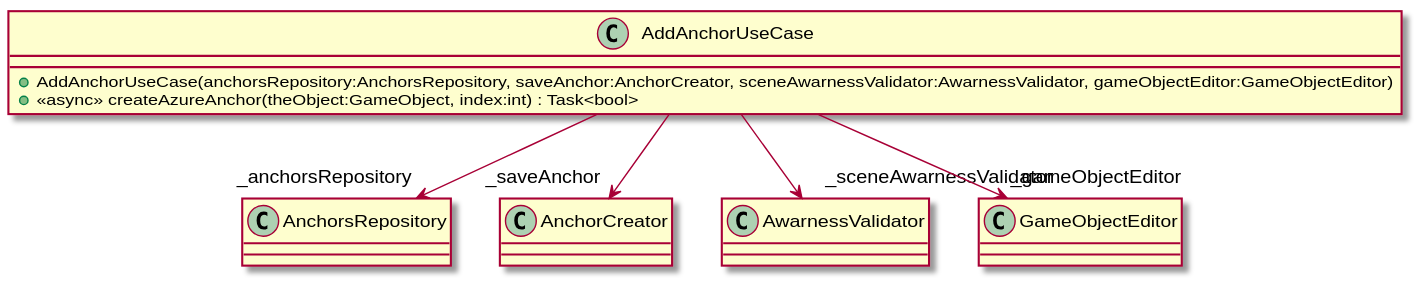
Earlier version of the PlantUML export UML/Assets/Scripts/AddAnchorUseCase.svg (DeNatur/ProductionFloorVisualization).
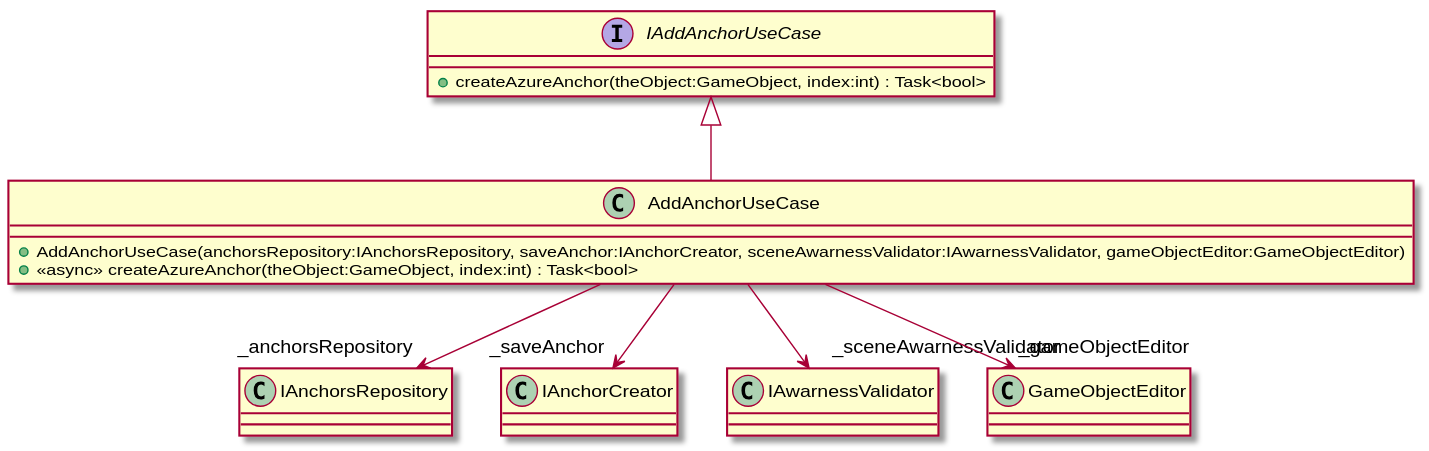
Above is the later version.

Diff of the diagram source:
```diff
@@ -1,10 +1,14 @@
 @startuml
+interface IAddAnchorUseCase {
+    + createAzureAnchor(theObject:GameObject, index:int) : Task<bool>
+}
 class AddAnchorUseCase {
-    + AddAnchorUseCase(anchorsRepository:AnchorsRepository, saveAnchor:AnchorCreator, sceneAwarnessValidator:AwarnessValidator, gameObjectEditor:GameObjectEditor)
+    + AddAnchorUseCase(anchorsRepository:IAnchorsRepository, saveAnchor:IAnchorCreator, sceneAwarnessValidator:IAwarnessValidator, gameObjectEditor:GameObjectEditor)
     + <<async>> createAzureAnchor(theObject:GameObject, index:int) : Task<bool>
 }
-AddAnchorUseCase --> "_anchorsRepository" AnchorsRepository
-AddAnchorUseCase --> "_saveAnchor" AnchorCreator
-AddAnchorUseCase --> "_sceneAwarnessValidator" AwarnessValidator
+IAddAnchorUseCase <|-- AddAnchorUseCase
+AddAnchorUseCase --> "_anchorsRepository" IAnchorsRepository
+AddAnchorUseCase --> "_saveAnchor" IAnchorCreator
+AddAnchorUseCase --> "_sceneAwarnessValidator" IAwarnessValidator
 AddAnchorUseCase --> "_gameObjectEditor" GameObjectEditor
 @enduml
```
